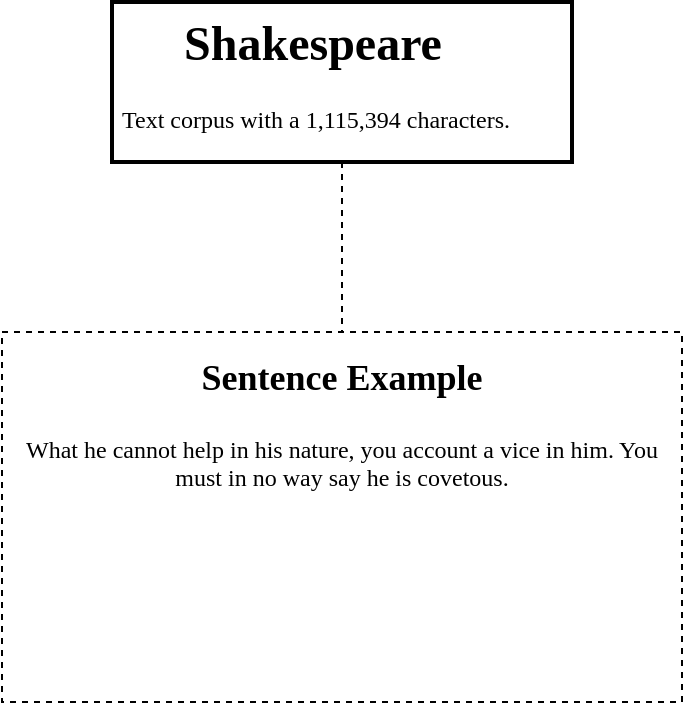
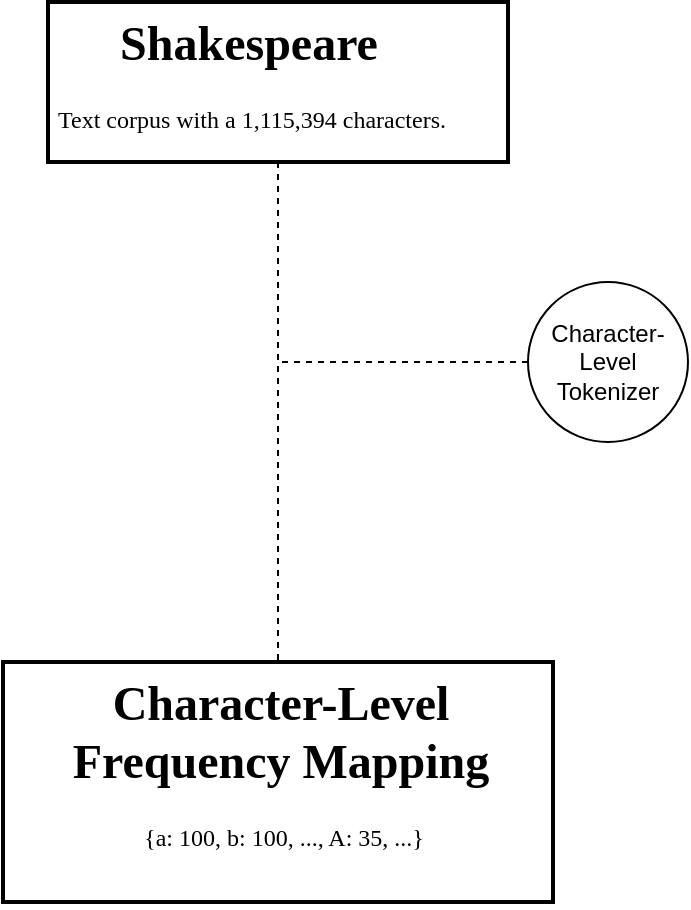
<mxfile host="app.diagrams.net">
  <diagram id="NtGSKF13I9CKaHuXPRk5" name="Page-1">
    <mxGraphModel dx="1584" dy="924" grid="1" gridSize="10" guides="1" tooltips="1" connect="1" arrows="1" fold="1" page="1" pageScale="1" pageWidth="850" pageHeight="1100" math="0" shadow="0">
      <root>
        <mxCell id="0" />
        <mxCell id="1" parent="0" />
-         <mxCell id="4VjlniU39edUG8nQXsp6-4" edge="1" parent="1" source="4VjlniU39edUG8nQXsp6-1" style="edgeStyle=orthogonalEdgeStyle;rounded=0;orthogonalLoop=1;jettySize=auto;html=1;entryX=0.5;entryY=0;entryDx=0;entryDy=0;dashed=1;endArrow=none;endFill=0;" target="4VjlniU39edUG8nQXsp6-3">
-           <mxGeometry relative="1" as="geometry" />
+         <mxCell id="4VjlniU39edUG8nQXsp6-4" edge="1" parent="1" source="4VjlniU39edUG8nQXsp6-1" style="edgeStyle=orthogonalEdgeStyle;rounded=0;orthogonalLoop=1;jettySize=auto;html=1;entryX=0.5;entryY=0;entryDx=0;entryDy=0;dashed=1;endArrow=none;endFill=0;" target="bna3K1ge6ylleI1pdJin-3">
+           <mxGeometry relative="1" as="geometry">
+             <mxPoint x="195" y="650" as="targetPoint" />
+           </mxGeometry>
        </mxCell>
        <mxCell id="4VjlniU39edUG8nQXsp6-1" parent="1" style="text;html=1;whiteSpace=wrap;overflow=hidden;rounded=0;strokeColor=default;strokeWidth=2;" value="&lt;h1 style=&quot;text-align: center; margin-top: 0px;&quot;&gt;&lt;font face=&quot;Tahoma&quot;&gt;Shakespeare&lt;/font&gt;&lt;/h1&gt;&lt;p style=&quot;text-align: center;&quot;&gt;&lt;font face=&quot;Tahoma&quot;&gt;&amp;nbsp;Text corpus with a&amp;nbsp;&lt;span style=&quot;background-color: transparent; color: light-dark(rgb(0, 0, 0), rgb(255, 255, 255));&quot;&gt;1,115,394 characters.&lt;/span&gt;&lt;/font&gt;&lt;br&gt;&lt;/p&gt;" vertex="1">
          <mxGeometry height="80" width="230" x="80" y="330" as="geometry" />
        </mxCell>
-         <mxCell id="4VjlniU39edUG8nQXsp6-3" parent="1" style="text;html=1;whiteSpace=wrap;overflow=hidden;rounded=0;align=center;strokeColor=default;strokeWidth=1;dashed=1;" value="&lt;h1 style=&quot;margin-top: 0px;&quot;&gt;&lt;font face=&quot;Tahoma&quot; style=&quot;font-size: 18px;&quot;&gt;Sentence Example&lt;/font&gt;&lt;/h1&gt;&lt;p&gt;&lt;font face=&quot;Tahoma&quot;&gt;What he cannot help in his nature, you account a vice in him. You must in no way say he is covetous.&lt;/font&gt;&lt;/p&gt;" vertex="1">
-           <mxGeometry height="185" width="340" x="25" y="495" as="geometry" />
+         <mxCell id="bna3K1ge6ylleI1pdJin-2" edge="1" parent="1" source="bna3K1ge6ylleI1pdJin-1" style="edgeStyle=orthogonalEdgeStyle;rounded=0;orthogonalLoop=1;jettySize=auto;html=1;entryX=0.5;entryY=1;entryDx=0;entryDy=0;dashed=1;endArrow=none;endFill=0;" target="4VjlniU39edUG8nQXsp6-1">
+           <mxGeometry relative="1" as="geometry" />
+         </mxCell>
+         <mxCell id="bna3K1ge6ylleI1pdJin-1" parent="1" style="ellipse;whiteSpace=wrap;html=1;aspect=fixed;" value="Character-Level Tokenizer" vertex="1">
+           <mxGeometry height="80" width="80" x="320" y="470" as="geometry" />
+         </mxCell>
+         <mxCell id="bna3K1ge6ylleI1pdJin-3" parent="1" style="text;html=1;whiteSpace=wrap;overflow=hidden;rounded=0;strokeColor=default;strokeWidth=2;" value="&lt;h1 style=&quot;text-align: center; margin-top: 0px;&quot;&gt;&lt;font face=&quot;Tahoma&quot;&gt;Character-Level Frequency Mapping&lt;/font&gt;&lt;/h1&gt;&lt;p style=&quot;text-align: center;&quot;&gt;&lt;font face=&quot;Tahoma&quot;&gt;&amp;nbsp;{a: 100, b: 100, ..., A: 35, ...}&lt;/font&gt;&lt;br&gt;&lt;/p&gt;" vertex="1">
+           <mxGeometry height="120" width="275" x="57.5" y="660" as="geometry" />
        </mxCell>
      </root>
    </mxGraphModel>
  </diagram>
</mxfile>
